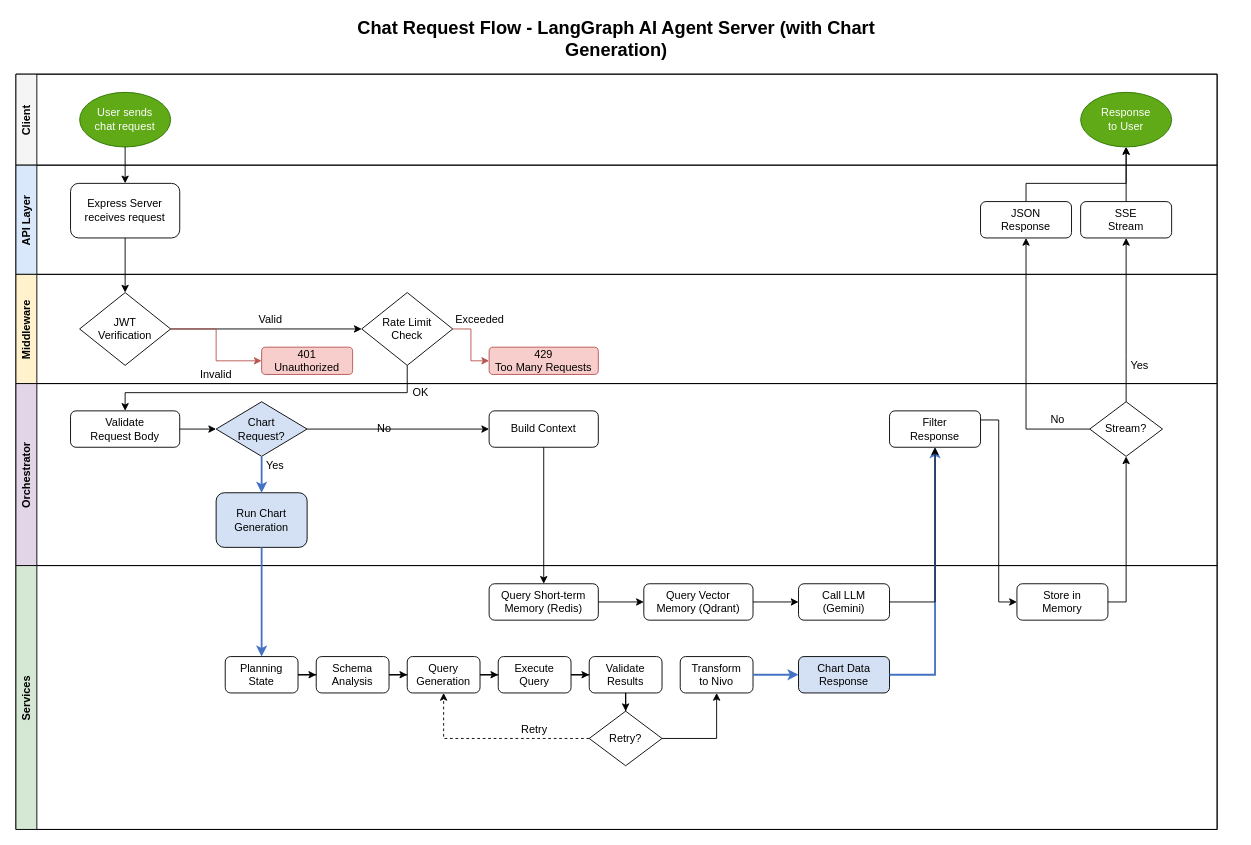
Before: request-flow.drawio in johnyzelba/langgraph-ai-agent, a draw.io diagram. Source tidied: cells renumbered, new cells numbered last; positions are measured from the earlier drawing's top-left corner, leaving out a move shared by most shapes. Both pictures are drawn from the tidied source at 91%, with x=0, y=0 at pixel (15, 19).
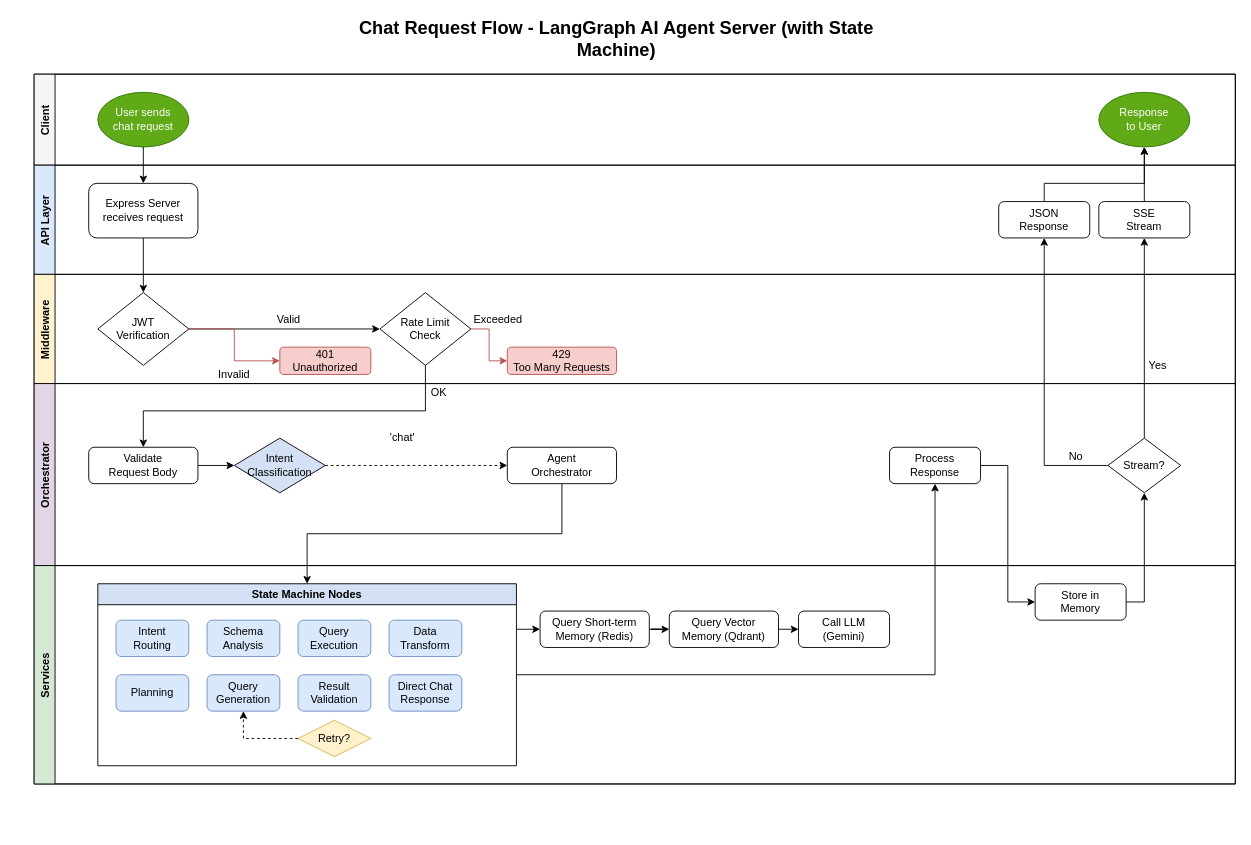
Above is the later version.

The change refers to these unchanged cells:
```xml
<mxCell id="11" value="JSON&#10;Response" style="rounded=1;whiteSpace=wrap;html=1;" parent="9" vertex="1">
  <mxGeometry x="1060" y="40" width="100" height="40" as="geometry" />
</mxCell>
<mxCell id="14" value="Rate Limit&#10;Check" style="rhombus;whiteSpace=wrap;html=1;" parent="12" vertex="1">
  <mxGeometry x="380" y="20" width="100" height="80" as="geometry" />
</mxCell>
<mxCell id="18" value="Orchestrator" style="swimlane;horizontal=0;fillColor=#e1d5e7;" parent="3" vertex="1">
  <mxGeometry y="340" width="1320" height="200" as="geometry" />
</mxCell>
<mxCell id="38" value="Store in&#10;Memory" style="rounded=1;whiteSpace=wrap;html=1;" parent="36" vertex="1">
  <mxGeometry x="1100" y="20" width="100" height="40" as="geometry" />
</mxCell>
```

Change to the diagram source:
```diff
@@
-    <mxCell id="2" value="Chat Request Flow - LangGraph AI Agent Server (with Chart Generation)" style="text;html=1;strokeColor=none;fillColor=none;align=center;verticalAlign=middle;whiteSpace=wrap;rounded=0;fontSize=20;fontStyle=1;" parent="1" vertex="1">
+    <mxCell id="2" value="Chat Request Flow - LangGraph AI Agent Server (with State Machine)" style="text;html=1;strokeColor=none;fillColor=none;align=center;verticalAlign=middle;whiteSpace=wrap;rounded=0;fontSize=20;fontStyle=1;" parent="1" vertex="1">
       <mxGeometry x="360" width="600" height="40" as="geometry" />
     </mxCell>
     <mxCell id="3" style="swimlane;startSize=0;" parent="1" vertex="1">
-      <mxGeometry y="60" width="1320" height="830" as="geometry" />
+      <mxGeometry x="20" y="60" width="1320" height="780" as="geometry" />
     </mxCell>
@@
     <mxCell id="6" style="edgeStyle=orthogonalEdgeStyle;rounded=0;jettySize=auto;html=1;entryX=0.5;entryY=0;entryDx=0;entryDy=0;" parent="3" edge="1" source="14" target="29">
       <mxGeometry relative="1" as="geometry">
         <Array as="points">
-          <mxPoint x="430" y="350" />
-          <mxPoint x="120" y="350" />
+          <mxPoint x="430" y="370" />
+          <mxPoint x="120" y="370" />
         </Array>
       </mxGeometry>
     </mxCell>
@@
-    <mxCell id="24" value="Chart&#10;Request?" style="rhombus;whiteSpace=wrap;html=1;fillColor=#d4e1f5;" parent="18" vertex="1">
-      <mxGeometry x="220" y="20" width="100" height="60" as="geometry" />
-    </mxCell>
+    <mxCell id="74" value="Intent&#10;Classification" style="rhombus;whiteSpace=wrap;html=1;fillColor=#d4e1f5;" parent="18" vertex="1">
+      <mxGeometry x="220" y="60" width="100" height="60" as="geometry" />
+    </mxCell>
-    <mxCell id="25" value="Build Context" style="rounded=1;whiteSpace=wrap;html=1;" parent="18" vertex="1">
-      <mxGeometry x="520" y="30" width="120" height="40" as="geometry" />
+    <mxCell id="25" value="Agent&#10;Orchestrator" style="rounded=1;whiteSpace=wrap;html=1;" parent="18" vertex="1">
+      <mxGeometry x="520" y="70" width="120" height="40" as="geometry" />
     </mxCell>
-    <mxCell id="26" value="Run Chart&#10;Generation" style="rounded=1;whiteSpace=wrap;html=1;fillColor=#d4e1f5;" parent="18" vertex="1">
-      <mxGeometry x="220" y="120" width="100" height="60" as="geometry" />
-    </mxCell>
-    <mxCell id="27" value="Filter&#10;Response" style="rounded=1;whiteSpace=wrap;html=1;" parent="18" vertex="1">
-      <mxGeometry x="960" y="30" width="100" height="40" as="geometry" />
+    <mxCell id="27" value="Process&#10;Response" style="rounded=1;whiteSpace=wrap;html=1;" parent="18" vertex="1">
+      <mxGeometry x="940" y="70" width="100" height="40" as="geometry" />
     </mxCell>
     <mxCell id="28" value="Stream?" style="rhombus;whiteSpace=wrap;html=1;" parent="18" vertex="1">
-      <mxGeometry x="1180" y="20" width="80" height="60" as="geometry" />
+      <mxGeometry x="1180" y="60" width="80" height="60" as="geometry" />
     </mxCell>
     <mxCell id="29" value="Validate&#10;Request Body" style="rounded=1;whiteSpace=wrap;html=1;" parent="18" vertex="1">
-      <mxGeometry x="60" y="30" width="120" height="40" as="geometry" />
+      <mxGeometry x="60" y="70" width="120" height="40" as="geometry" />
     </mxCell>
-    <mxCell id="30" style="edgeStyle=orthogonalEdgeStyle;rounded=0;jettySize=auto;html=1;" parent="18" edge="1" source="29" target="24">
+    <mxCell id="30" style="edgeStyle=orthogonalEdgeStyle;rounded=0;jettySize=auto;html=1;" parent="18" edge="1" source="29" target="74">
       <mxGeometry relative="1" as="geometry" />
     </mxCell>
-    <mxCell id="31" style="edgeStyle=orthogonalEdgeStyle;rounded=0;jettySize=auto;html=1;strokeColor=#4472C4;strokeWidth=2;" parent="18" edge="1" source="24" target="26">
-      <mxGeometry relative="1" as="geometry" />
-    </mxCell>
-    <mxCell id="32" value="Yes" style="text;html=1;strokeColor=none;fillColor=none;align=center;verticalAlign=middle;whiteSpace=wrap;rounded=0;" parent="18" vertex="1">
-      <mxGeometry x="270" y="80" width="30" height="20" as="geometry" />
-    </mxCell>
-    <mxCell id="33" style="edgeStyle=orthogonalEdgeStyle;rounded=0;jettySize=auto;html=1;" parent="18" edge="1" source="24" target="25">
-      <mxGeometry relative="1" as="geometry" />
-    </mxCell>
-    <mxCell id="34" value="No" style="text;html=1;strokeColor=none;fillColor=none;align=center;verticalAlign=middle;whiteSpace=wrap;rounded=0;" parent="18" vertex="1">
-      <mxGeometry x="390" y="40" width="30" height="20" as="geometry" />
-    </mxCell>
+    <mxCell id="75" value="'chat'" style="text;html=1;strokeColor=none;fillColor=none;align=center;verticalAlign=middle;whiteSpace=wrap;rounded=0;" parent="18" vertex="1">
+      <mxGeometry x="390" y="50" width="30" height="20" as="geometry" />
+    </mxCell>
     <mxCell id="35" value="No" style="text;html=1;strokeColor=none;fillColor=none;align=center;verticalAlign=middle;whiteSpace=wrap;rounded=0;" parent="18" vertex="1">
-      <mxGeometry x="1130" y="30" width="30" height="20" as="geometry" />
+      <mxGeometry x="1130" y="70" width="30" height="20" as="geometry" />
     </mxCell>
+    <mxCell id="76" style="edgeStyle=orthogonalEdgeStyle;rounded=0;jettySize=auto;html=1;dashed=1;entryX=0;entryY=0.5;entryDx=0;entryDy=0;" parent="18" edge="1" source="74" target="25">
+      <mxGeometry relative="1" as="geometry">
+        <Array as="points">
+          <mxPoint x="410" y="90" />
+          <mxPoint x="410" y="90" />
+        </Array>
+      </mxGeometry>
+    </mxCell>
     <mxCell id="36" value="Services" style="swimlane;horizontal=0;fillColor=#d5e8d4;" parent="3" vertex="1">
-      <mxGeometry y="540" width="1320" height="290" as="geometry" />
+      <mxGeometry y="540" width="1320" height="240" as="geometry" />
     </mxCell>
-    <mxCell id="37" value="Call LLM&#10;(Gemini)" style="rounded=1;whiteSpace=wrap;html=1;" parent="36" vertex="1">
-      <mxGeometry x="860" y="20" width="100" height="40" as="geometry" />
-    </mxCell>
@@
-    <mxCell id="39" style="edgeStyle=orthogonalEdgeStyle;rounded=0;jettySize=auto;html=1;entryX=0;entryY=0.5;entryDx=0;entryDy=0;exitX=1;exitY=0.5;exitDx=0;exitDy=0;" parent="36" edge="1" source="58" target="37">
-      <mxGeometry relative="1" as="geometry">
-        <Array as="points">
-          <mxPoint x="800" y="40" />
-          <mxPoint x="800" y="40" />
-        </Array>
-      </mxGeometry>
-    </mxCell>
-    <mxCell id="40" value="Chart Data&#10;Response" style="rounded=1;whiteSpace=wrap;html=1;fillColor=#d4e1f5;" parent="36" vertex="1">
-      <mxGeometry x="860" y="100" width="100" height="40" as="geometry" />
-    </mxCell>
-    <mxCell id="41" value="Planning&#10;State" style="rounded=1;whiteSpace=wrap;html=1;" parent="36" vertex="1">
-      <mxGeometry x="230" y="100" width="80" height="40" as="geometry" />
-    </mxCell>
+    <mxCell id="77" value="State Machine Nodes" style="swimlane;fillColor=#d4e1f5;" parent="36" vertex="1">
+      <mxGeometry x="70" y="20" width="460" height="200" as="geometry" />
+    </mxCell>
+    <mxCell id="78" value="Intent&#10;Routing" style="rounded=1;whiteSpace=wrap;html=1;fillColor=#dae8fc;strokeColor=#6c8ebf;" parent="77" vertex="1">
+      <mxGeometry x="20" y="40" width="80" height="40" as="geometry" />
+    </mxCell>
+    <mxCell id="79" value="Planning" style="rounded=1;whiteSpace=wrap;html=1;fillColor=#dae8fc;strokeColor=#6c8ebf;" parent="77" vertex="1">
+      <mxGeometry x="20" y="100" width="80" height="40" as="geometry" />
+    </mxCell>
-    <mxCell id="42" value="Schema&#10;Analysis" style="rounded=1;whiteSpace=wrap;html=1;" parent="36" vertex="1">
-      <mxGeometry x="330" y="100" width="80" height="40" as="geometry" />
+    <mxCell id="42" value="Schema&#10;Analysis" style="rounded=1;whiteSpace=wrap;html=1;fillColor=#dae8fc;strokeColor=#6c8ebf;" parent="77" vertex="1">
+      <mxGeometry x="120" y="40" width="80" height="40" as="geometry" />
     </mxCell>
-    <mxCell id="43" value="Query&#10;Generation" style="rounded=1;whiteSpace=wrap;html=1;" parent="36" vertex="1">
-      <mxGeometry x="430" y="100" width="80" height="40" as="geometry" />
+    <mxCell id="43" value="Query&#10;Generation" style="rounded=1;whiteSpace=wrap;html=1;fillColor=#dae8fc;strokeColor=#6c8ebf;" parent="77" vertex="1">
+      <mxGeometry x="120" y="100" width="80" height="40" as="geometry" />
     </mxCell>
-    <mxCell id="44" value="Execute&#10;Query" style="rounded=1;whiteSpace=wrap;html=1;" parent="36" vertex="1">
-      <mxGeometry x="530" y="100" width="80" height="40" as="geometry" />
-    </mxCell>
-    <mxCell id="45" value="Validate&#10;Results" style="rounded=1;whiteSpace=wrap;html=1;" parent="36" vertex="1">
-      <mxGeometry x="630" y="100" width="80" height="40" as="geometry" />
-    </mxCell>
+    <mxCell id="80" value="Query&#10;Execution" style="rounded=1;whiteSpace=wrap;html=1;fillColor=#dae8fc;strokeColor=#6c8ebf;" parent="77" vertex="1">
+      <mxGeometry x="220" y="40" width="80" height="40" as="geometry" />
+    </mxCell>
+    <mxCell id="81" value="Result&#10;Validation" style="rounded=1;whiteSpace=wrap;html=1;fillColor=#dae8fc;strokeColor=#6c8ebf;" parent="77" vertex="1">
+      <mxGeometry x="220" y="100" width="80" height="40" as="geometry" />
+    </mxCell>
-    <mxCell id="46" value="Retry?" style="rhombus;whiteSpace=wrap;html=1;" parent="36" vertex="1">
-      <mxGeometry x="630" y="160" width="80" height="60" as="geometry" />
+    <mxCell id="46" value="Retry?" style="rhombus;whiteSpace=wrap;html=1;fillColor=#fff2cc;strokeColor=#d6b656;" parent="77" vertex="1">
+      <mxGeometry x="220" y="150" width="80" height="40" as="geometry" />
     </mxCell>
-    <mxCell id="47" value="Transform&#10;to Nivo" style="rounded=1;whiteSpace=wrap;html=1;" parent="36" vertex="1">
-      <mxGeometry x="730" y="100" width="80" height="40" as="geometry" />
-    </mxCell>
-    <mxCell id="48" value="Retry" style="text;html=1;strokeColor=none;fillColor=none;align=center;verticalAlign=middle;whiteSpace=wrap;rounded=0;" parent="36" vertex="1">
-      <mxGeometry x="550" y="170" width="40" height="20" as="geometry" />
-    </mxCell>
+    <mxCell id="82" value="Data&#10;Transform" style="rounded=1;whiteSpace=wrap;html=1;fillColor=#dae8fc;strokeColor=#6c8ebf;" parent="77" vertex="1">
+      <mxGeometry x="320" y="40" width="80" height="40" as="geometry" />
+    </mxCell>
+    <mxCell id="83" value="Direct Chat&#10;Response" style="rounded=1;whiteSpace=wrap;html=1;fillColor=#dae8fc;strokeColor=#6c8ebf;" parent="77" vertex="1">
+      <mxGeometry x="320" y="100" width="80" height="40" as="geometry" />
+    </mxCell>
-    <mxCell id="49" style="edgeStyle=orthogonalEdgeStyle;rounded=0;jettySize=auto;html=1;dashed=1;exitX=0;exitY=0.5;exitDx=0;exitDy=0;" parent="36" edge="1" source="46" target="43">
+    <mxCell id="49" style="edgeStyle=orthogonalEdgeStyle;rounded=0;jettySize=auto;html=1;entryX=0.5;entryY=1;entryDx=0;entryDy=0;dashed=1;" parent="77" edge="1" source="46" target="43">
       <mxGeometry relative="1" as="geometry">
         <Array as="points">
-          <mxPoint x="470" y="190" />
+          <mxPoint x="160" y="170" />
         </Array>
       </mxGeometry>
     </mxCell>
-    <mxCell id="50" style="edgeStyle=orthogonalEdgeStyle;rounded=0;jettySize=auto;html=1;" parent="36" edge="1" source="41" target="42">
-      <mxGeometry relative="1" as="geometry" />
-    </mxCell>
-    <mxCell id="51" style="edgeStyle=orthogonalEdgeStyle;rounded=0;jettySize=auto;html=1;" parent="36" edge="1" source="42" target="43">
-      <mxGeometry relative="1" as="geometry" />
-    </mxCell>
-    <mxCell id="52" style="edgeStyle=orthogonalEdgeStyle;rounded=0;jettySize=auto;html=1;" parent="36" edge="1" source="43" target="44">
-      <mxGeometry relative="1" as="geometry" />
-    </mxCell>
-    <mxCell id="53" style="edgeStyle=orthogonalEdgeStyle;rounded=0;jettySize=auto;html=1;" parent="36" edge="1" source="44" target="45">
-      <mxGeometry relative="1" as="geometry" />
-    </mxCell>
-    <mxCell id="54" style="edgeStyle=orthogonalEdgeStyle;rounded=0;jettySize=auto;html=1;" parent="36" edge="1" source="45" target="46">
-      <mxGeometry relative="1" as="geometry" />
-    </mxCell>
-    <mxCell id="55" style="edgeStyle=orthogonalEdgeStyle;rounded=0;jettySize=auto;html=1;" parent="36" edge="1" source="46" target="47">
-      <mxGeometry relative="1" as="geometry" />
-    </mxCell>
-    <mxCell id="56" style="edgeStyle=orthogonalEdgeStyle;rounded=0;jettySize=auto;html=1;strokeColor=#4472C4;strokeWidth=2;entryX=0;entryY=0.5;entryDx=0;entryDy=0;" parent="36" edge="1" source="47" target="40">
-      <mxGeometry relative="1" as="geometry">
-        <Array as="points">
-          <mxPoint x="770" y="120" />
-        </Array>
-      </mxGeometry>
-    </mxCell>
+    <mxCell id="37" value="Call LLM&#10;(Gemini)" style="rounded=1;whiteSpace=wrap;html=1;" parent="36" vertex="1">
+      <mxGeometry x="840" y="50" width="100" height="40" as="geometry" />
+    </mxCell>
+    <mxCell id="39" style="edgeStyle=orthogonalEdgeStyle;rounded=0;jettySize=auto;html=1;entryX=0;entryY=0.5;entryDx=0;entryDy=0;exitX=1;exitY=0.5;exitDx=0;exitDy=0;" parent="36" edge="1" source="58" target="37">
+      <mxGeometry relative="1" as="geometry">
+        <Array as="points">
+          <mxPoint x="750" y="70" />
+          <mxPoint x="750" y="70" />
+        </Array>
+      </mxGeometry>
+    </mxCell>
     <mxCell id="57" value="Query Short-term&#10;Memory (Redis)" style="rounded=1;whiteSpace=wrap;html=1;" parent="36" vertex="1">
-      <mxGeometry x="520" y="20" width="120" height="40" as="geometry" />
+      <mxGeometry x="556" y="50" width="120" height="40" as="geometry" />
     </mxCell>
     <mxCell id="58" value="Query Vector&#10;Memory (Qdrant)" style="rounded=1;whiteSpace=wrap;html=1;" parent="36" vertex="1">
-      <mxGeometry x="690" y="20" width="120" height="40" as="geometry" />
+      <mxGeometry x="698" y="50" width="120" height="40" as="geometry" />
     </mxCell>
@@
+    <mxCell id="84" style="endArrow=classic;html=1;rounded=0;entryX=0;entryY=0.5;entryDx=0;entryDy=0;" parent="36" edge="1" target="57">
+      <mxGeometry relative="1" as="geometry">
+        <mxPoint x="530" y="70" as="sourcePoint" />
+      </mxGeometry>
+    </mxCell>
@@
-    <mxCell id="63" style="edgeStyle=orthogonalEdgeStyle;rounded=0;jettySize=auto;html=1;strokeColor=#4472C4;strokeWidth=2;" parent="3" edge="1" source="26" target="41">
-      <mxGeometry relative="1" as="geometry" />
-    </mxCell>
-    <mxCell id="64" style="edgeStyle=orthogonalEdgeStyle;rounded=0;jettySize=auto;html=1;" parent="3" edge="1" source="25" target="57">
-      <mxGeometry relative="1" as="geometry" />
-    </mxCell>
     <mxCell id="65" style="edgeStyle=orthogonalEdgeStyle;rounded=0;jettySize=auto;html=1;" parent="3" edge="1" source="27" target="38">
       <mxGeometry relative="1" as="geometry">
         <Array as="points">
-          <mxPoint x="1080" y="380" />
-          <mxPoint x="1080" y="580" />
+          <mxPoint x="1070" y="430" />
+          <mxPoint x="1070" y="580" />
         </Array>
       </mxGeometry>
     </mxCell>
@@
     <mxCell id="67" style="edgeStyle=orthogonalEdgeStyle;rounded=0;jettySize=auto;html=1;exitX=0;exitY=0.5;exitDx=0;exitDy=0;" parent="3" edge="1" source="28" target="11">
       <mxGeometry relative="1" as="geometry">
         <Array as="points">
-          <mxPoint x="1110" y="390" />
+          <mxPoint x="1110" y="430" />
         </Array>
       </mxGeometry>
     </mxCell>
@@
-    <mxCell id="72" style="edgeStyle=orthogonalEdgeStyle;rounded=0;jettySize=auto;html=1;strokeColor=#4472C4;strokeWidth=2;entryX=0.5;entryY=1;entryDx=0;entryDy=0;" parent="3" edge="1" source="40" target="27">
-      <mxGeometry relative="1" as="geometry">
-        <Array as="points">
-          <mxPoint x="1010" y="660" />
-        </Array>
-      </mxGeometry>
-    </mxCell>
-    <mxCell id="73" style="edgeStyle=orthogonalEdgeStyle;rounded=0;jettySize=auto;html=1;exitX=1;exitY=0.5;exitDx=0;exitDy=0;entryX=0.5;entryY=1;entryDx=0;entryDy=0;" parent="3" edge="1" source="37" target="27">
-      <mxGeometry relative="1" as="geometry" />
-    </mxCell>
+    <mxCell id="85" style="edgeStyle=orthogonalEdgeStyle;rounded=0;jettySize=auto;html=1;exitX=0.5;exitY=1;exitDx=0;exitDy=0;entryX=0.5;entryY=0;entryDx=0;entryDy=0;" parent="3" edge="1" source="25" target="77">
+      <mxGeometry relative="1" as="geometry" />
+    </mxCell>
+    <mxCell id="86" style="edgeStyle=orthogonalEdgeStyle;rounded=0;jettySize=auto;html=1;exitX=1;exitY=0.5;exitDx=0;exitDy=0;entryX=0.5;entryY=1;entryDx=0;entryDy=0;" parent="3" edge="1" source="77" target="27">
+      <mxGeometry relative="1" as="geometry">
+        <Array as="points">
+          <mxPoint x="990" y="660" />
+        </Array>
+      </mxGeometry>
+    </mxCell>
```
